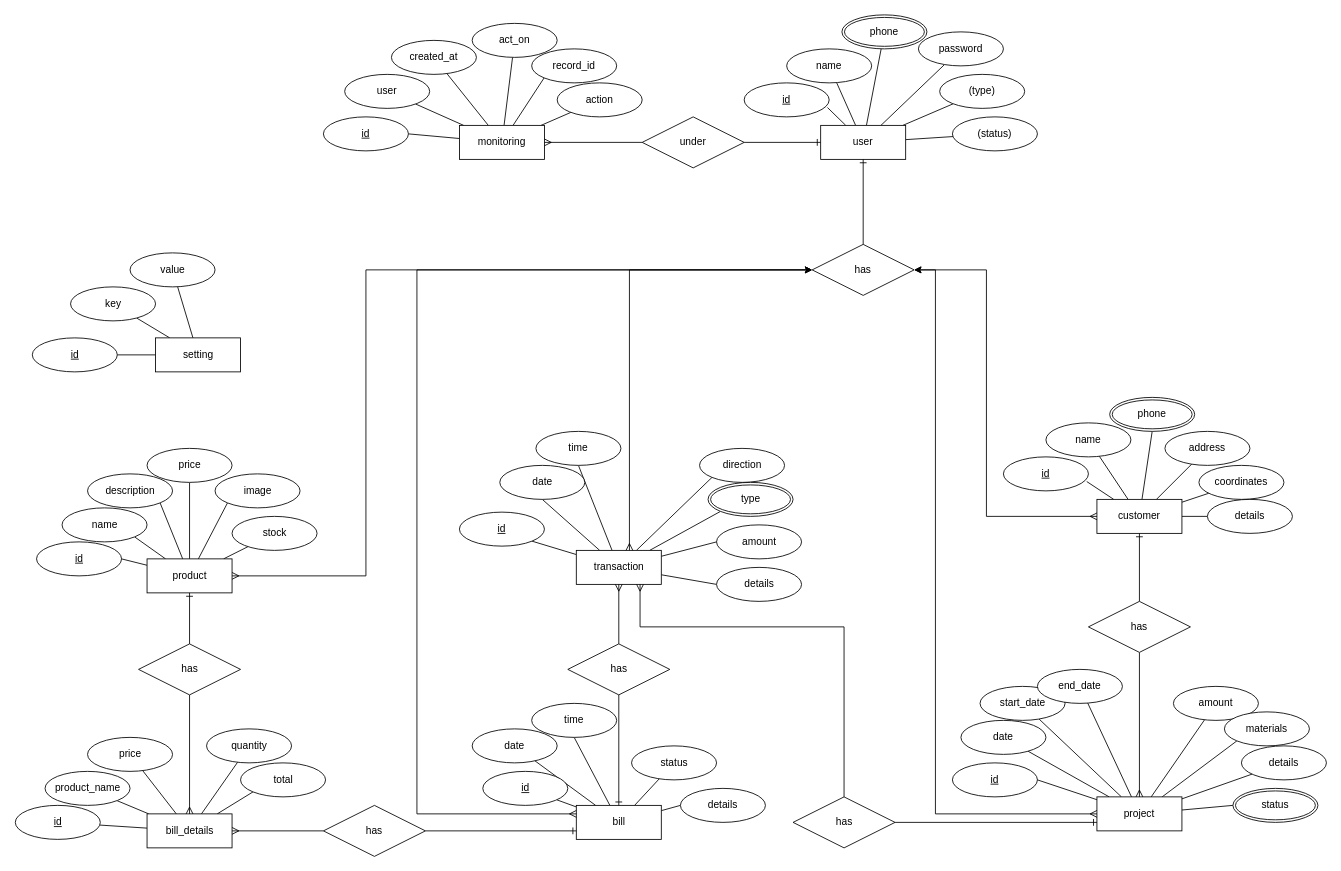
Before: page "ERD" (1 of 2) of Diagrams/drawio/ModernHouse.drawio in khaledfathi/ModernHouse, a draw.io diagram. Source tidied: cells renumbered, new cells numbered last; positions are measured from the earlier drawing's top-left corner, leaving out a move shared by most shapes. Both pictures are drawn from the tidied source at 85%, with x=0, y=0 at pixel (15, 14).
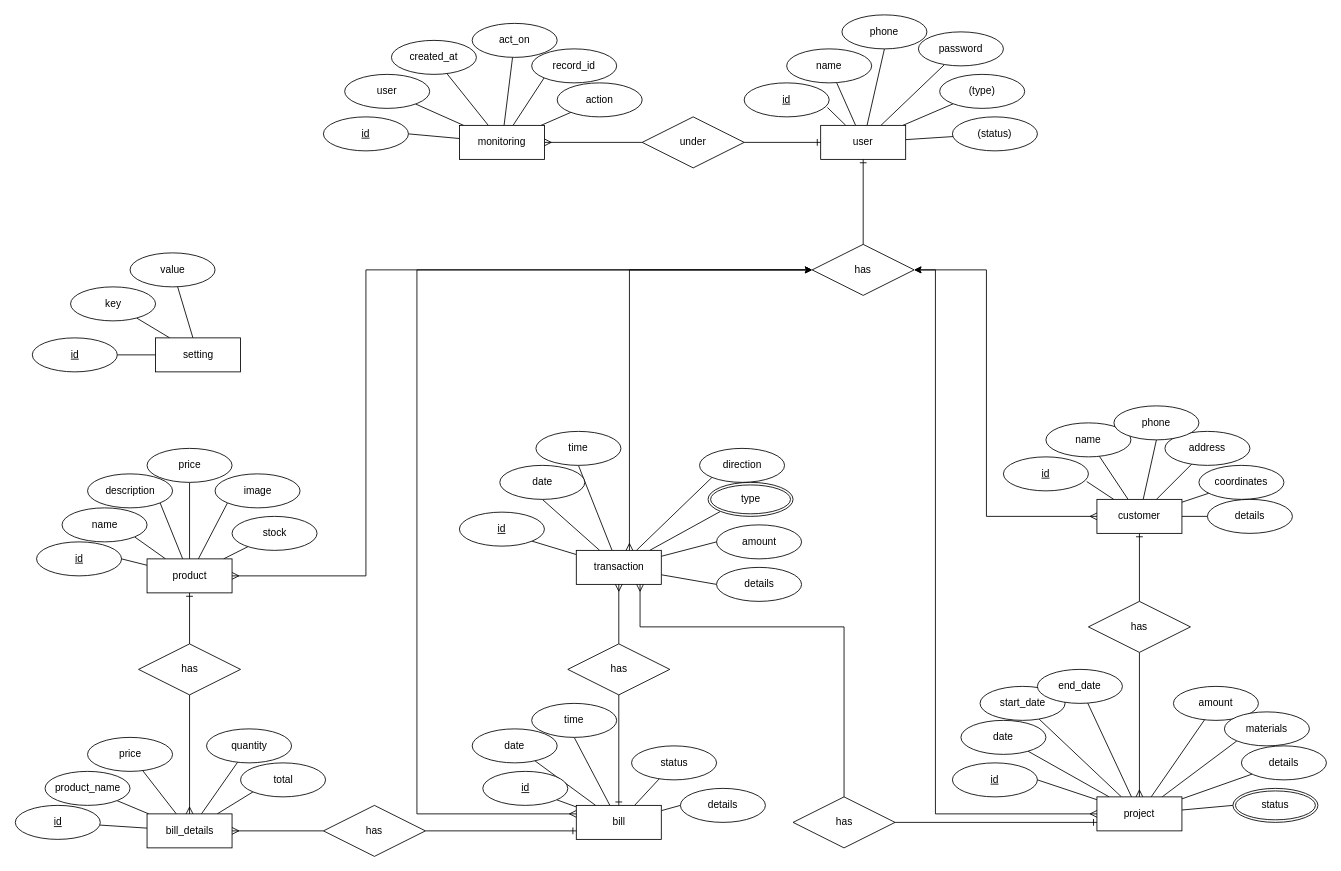
Above is the later version.

Unchanged cells that the change refers to:
```xml
<mxCell id="8" value="user" style="whiteSpace=wrap;html=1;align=center;" parent="1" vertex="1">
  <mxGeometry x="947" y="130" width="100" height="40" as="geometry" />
</mxCell>
<mxCell id="60" value="customer" style="whiteSpace=wrap;html=1;align=center;" parent="1" vertex="1">
  <mxGeometry x="1272" y="570" width="100" height="40" as="geometry" />
</mxCell>
```

What changed in the source:
```diff
@@
-    <mxCell id="7" style="rounded=0;jettySize=auto;html=1;startArrow=none;startFill=0;endArrow=none;endFill=0;" parent="1" edge="1" source="8" target="139">
+    <mxCell id="7" style="rounded=0;jettySize=auto;html=1;startArrow=none;startFill=0;endArrow=none;endFill=0;entryX=0.5;entryY=1;entryDx=0;entryDy=0;" parent="1" edge="1" source="8" target="142">
       <mxGeometry relative="1" as="geometry" />
     </mxCell>
@@
-    <mxCell id="57" style="edgeStyle=none;rounded=0;jettySize=auto;html=1;endArrow=none;endFill=0;entryX=0.5;entryY=1;entryDx=0;entryDy=0;" parent="1" edge="1" source="60" target="77">
+    <mxCell id="57" style="edgeStyle=none;rounded=0;jettySize=auto;html=1;endArrow=none;endFill=0;entryX=0.5;entryY=1;entryDx=0;entryDy=0;" parent="1" edge="1" source="60" target="141">
       <mxGeometry relative="1" as="geometry" />
     </mxCell>
@@
-    <mxCell id="77" value="phone" style="ellipse;shape=doubleEllipse;margin=3;whiteSpace=wrap;html=1;align=center;" parent="1" vertex="1">
-      <mxGeometry x="1287" y="450" width="100" height="40" as="geometry" />
-    </mxCell>
-    <mxCell id="78" style="edgeStyle=none;rounded=0;orthogonalLoop=1;jettySize=auto;html=1;exitX=0.5;exitY=1;exitDx=0;exitDy=0;endArrow=none;endFill=0;" parent="1" edge="1" source="77" target="77">
-      <mxGeometry relative="1" as="geometry" />
+    <mxCell id="78" style="edgeStyle=none;rounded=0;orthogonalLoop=1;jettySize=auto;html=1;exitX=0.5;exitY=1;exitDx=0;exitDy=0;endArrow=none;endFill=0;" parent="1" edge="1">
+      <mxGeometry relative="1" as="geometry">
+        <mxPoint x="1337" y="490" as="sourcePoint" />
+        <mxPoint x="1337" y="490" as="targetPoint" />
+      </mxGeometry>
     </mxCell>
@@
-    <mxCell id="139" value="phone" style="ellipse;shape=doubleEllipse;margin=3;whiteSpace=wrap;html=1;align=center;" parent="1" vertex="1">
-      <mxGeometry x="972" width="100" height="40" as="geometry" />
-    </mxCell>
@@
+    <mxCell id="141" value="phone" style="ellipse;whiteSpace=wrap;html=1;align=center;" parent="1" vertex="1">
+      <mxGeometry x="1292" y="460" width="100" height="40" as="geometry" />
+    </mxCell>
+    <mxCell id="142" value="phone" style="ellipse;whiteSpace=wrap;html=1;align=center;" parent="1" vertex="1">
+      <mxGeometry x="972" width="100" height="40" as="geometry" />
+    </mxCell>
```
